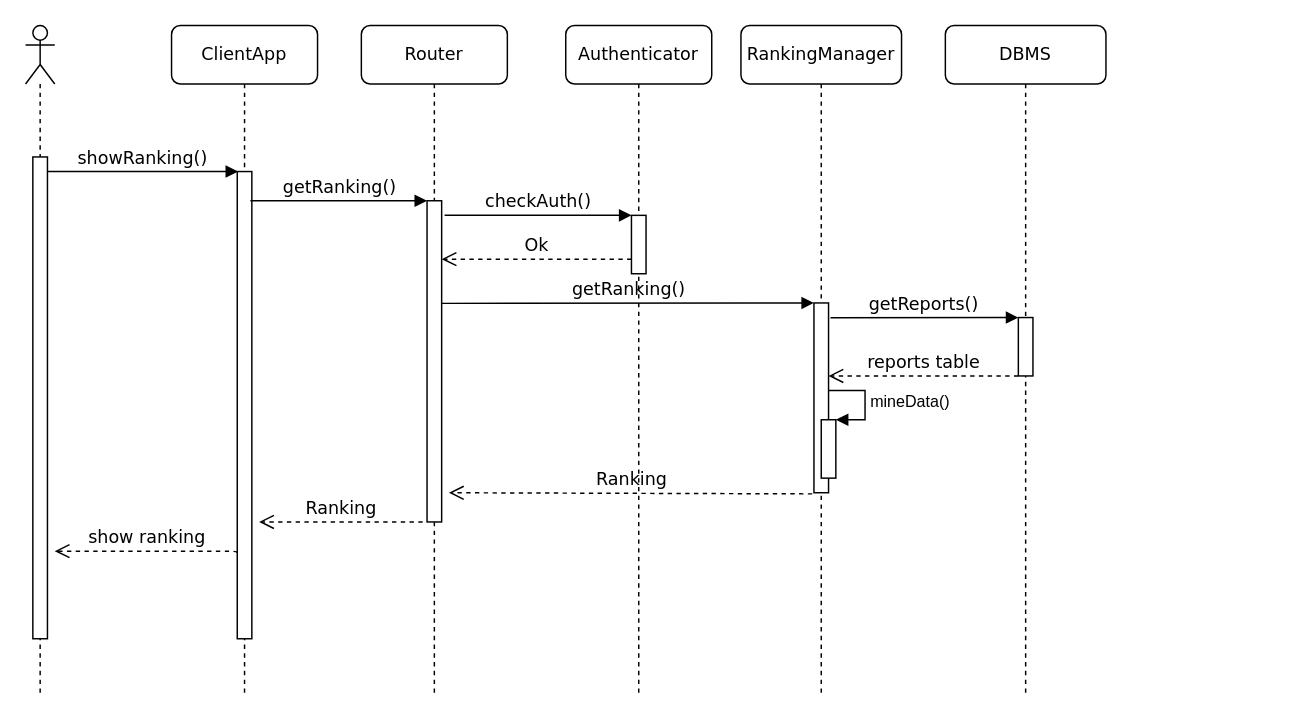
Above: DD/diagrams/ranking-sequence.drawio in f3d0ss/CazzolaDotti-se2 (draw.io), before the change. Source tidied: cells renumbered, new cells numbered last; positions are measured from the earlier drawing's top-left corner, leaving out a move shared by most shapes. Both pictures are drawn from the tidied source at 146%, with x=0, y=0 at pixel (-18, 25).
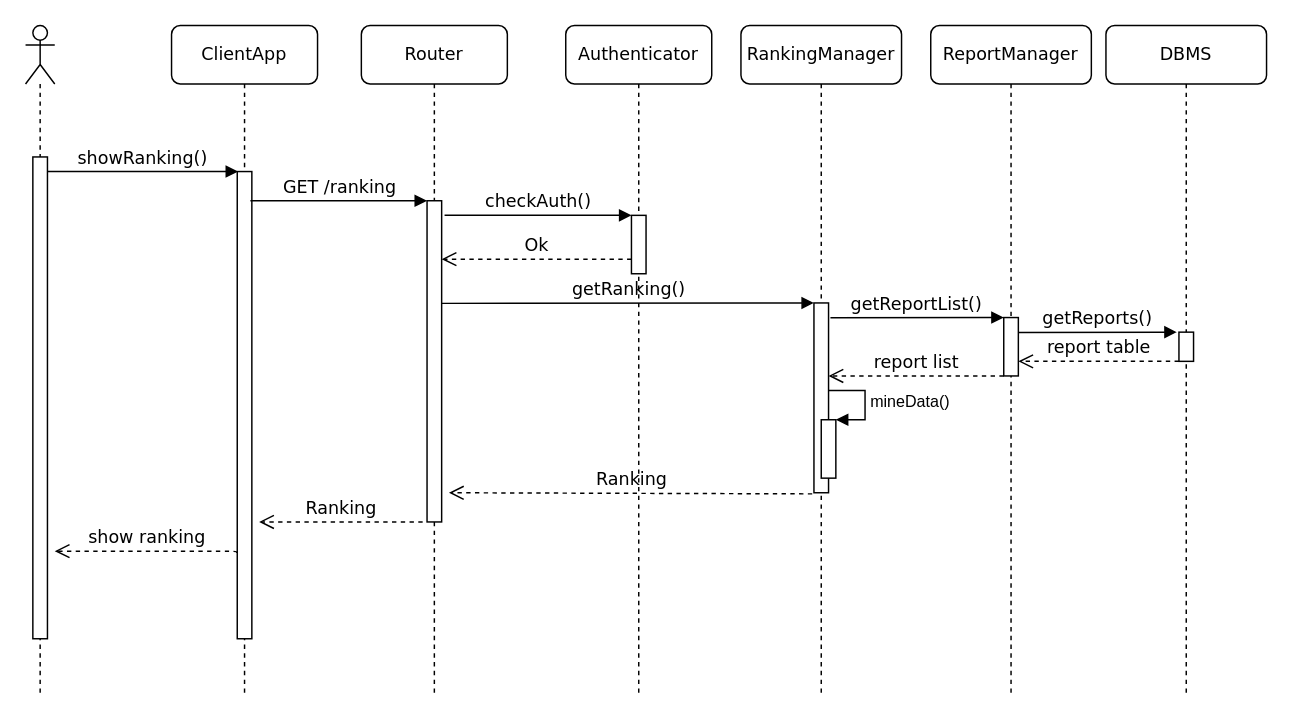
The same page after the edit.

Unchanged cells that the change refers to:
```xml
<mxCell id="6" style="html=1;points=[];perimeter=orthogonalPerimeter;rounded=0;shadow=0;comic=0;labelBackgroundColor=none;strokeWidth=1;fontFamily=Verdana;fontSize=12;align=center;" parent="5" vertex="1">
  <mxGeometry x="45" y="120" width="10" height="220" as="geometry" />
</mxCell>
<mxCell id="14" style="html=1;points=[];perimeter=orthogonalPerimeter;" parent="13" vertex="1">
  <mxGeometry x="50" y="190" width="10" height="130" as="geometry" />
</mxCell>
```

Change to the diagram source:
```diff
@@
-    <mxCell id="17" value="getRanking()" style="html=1;verticalAlign=bottom;endArrow=block;labelBackgroundColor=none;fontFamily=Verdana;fontSize=12;edgeStyle=elbowEdgeStyle;elbow=vertical;" parent="1" edge="1" target="6">
+    <mxCell id="17" value="GET /ranking" style="html=1;verticalAlign=bottom;endArrow=block;labelBackgroundColor=none;fontFamily=Verdana;fontSize=12;edgeStyle=elbowEdgeStyle;elbow=vertical;" parent="1" edge="1" target="6">
       <mxGeometry relative="1" as="geometry">
         <mxPoint x="183" y="120" as="sourcePoint" />
         <Array as="points">
           <mxPoint x="299" y="120" />
         </Array>
       </mxGeometry>
     </mxCell>
@@
-    <mxCell id="20" value="DBMS" style="shape=umlLifeline;perimeter=lifelinePerimeter;whiteSpace=wrap;html=1;rounded=1;shadow=0;comic=0;labelBackgroundColor=none;strokeWidth=1;fontFamily=Verdana;fontSize=12;align=center;" parent="1" vertex="1">
-      <mxGeometry x="659" width="110" height="460" as="geometry" />
+    <mxCell id="20" value="ReportManager" style="shape=umlLifeline;perimeter=lifelinePerimeter;whiteSpace=wrap;html=1;rounded=1;shadow=0;comic=0;labelBackgroundColor=none;strokeWidth=1;fontFamily=Verdana;fontSize=12;align=center;" parent="1" vertex="1">
+      <mxGeometry x="649" width="110" height="460" as="geometry" />
     </mxCell>
@@
-    <mxCell id="22" value="getReports()" style="html=1;verticalAlign=bottom;endArrow=block;labelBackgroundColor=none;fontFamily=Verdana;fontSize=12;edgeStyle=elbowEdgeStyle;elbow=vertical;exitX=1.13;exitY=0.078;exitDx=0;exitDy=0;exitPerimeter=0;" parent="1" edge="1" source="14">
+    <mxCell id="22" value="getReportList()" style="html=1;verticalAlign=bottom;endArrow=block;labelBackgroundColor=none;fontFamily=Verdana;fontSize=12;edgeStyle=elbowEdgeStyle;elbow=vertical;exitX=1.13;exitY=0.078;exitDx=0;exitDy=0;exitPerimeter=0;" parent="1" edge="1" source="14">
       <mxGeometry relative="1" as="geometry">
-        <mxPoint x="709" y="200" as="targetPoint" />
+        <mxPoint x="699" y="200" as="targetPoint" />
       </mxGeometry>
     </mxCell>
-    <mxCell id="23" value="reports table" style="html=1;verticalAlign=bottom;endArrow=open;dashed=1;endSize=8;labelBackgroundColor=none;fontFamily=Verdana;fontSize=12;edgeStyle=elbowEdgeStyle;elbow=vertical;entryX=1;entryY=0.385;entryDx=0;entryDy=0;entryPerimeter=0;" parent="1" edge="1" target="14">
+    <mxCell id="23" value="report list" style="html=1;verticalAlign=bottom;endArrow=open;dashed=1;endSize=8;labelBackgroundColor=none;fontFamily=Verdana;fontSize=12;edgeStyle=elbowEdgeStyle;elbow=vertical;entryX=1;entryY=0.385;entryDx=0;entryDy=0;entryPerimeter=0;" parent="1" edge="1" target="14">
       <mxGeometry relative="1" as="geometry">
-        <mxPoint x="709" y="240" as="sourcePoint" />
+        <mxPoint x="699" y="240" as="sourcePoint" />
         <Array as="points">
           <mxPoint x="649" y="240" />
           <mxPoint x="633.5" y="179" />
           <mxPoint x="698.5" y="179.5" />
           <mxPoint x="728.5" y="179.5" />
         </Array>
       </mxGeometry>
     </mxCell>
@@
+    <mxCell id="26" value="DBMS" style="shape=umlLifeline;perimeter=lifelinePerimeter;whiteSpace=wrap;html=1;rounded=1;shadow=0;comic=0;labelBackgroundColor=none;strokeWidth=1;fontFamily=Verdana;fontSize=12;align=center;" parent="1" vertex="1">
+      <mxGeometry x="769" width="110" height="460" as="geometry" />
+    </mxCell>
+    <mxCell id="27" style="html=1;perimeter=orthogonalPerimeter;" parent="26" vertex="1">
+      <mxGeometry x="50" y="210" width="10" height="20" as="geometry" />
+    </mxCell>
+    <mxCell id="28" value="getReports()" style="html=1;verticalAlign=bottom;endArrow=block;labelBackgroundColor=none;fontFamily=Verdana;fontSize=12;edgeStyle=elbowEdgeStyle;elbow=vertical;exitX=1.13;exitY=0.078;exitDx=0;exitDy=0;exitPerimeter=0;" parent="1" edge="1">
+      <mxGeometry relative="1" as="geometry">
+        <mxPoint x="708.9" y="210.2" as="sourcePoint" />
+        <mxPoint x="817.5" y="210" as="targetPoint" />
+      </mxGeometry>
+    </mxCell>
+    <mxCell id="29" value="report table" style="html=1;verticalAlign=bottom;endArrow=open;dashed=1;endSize=8;labelBackgroundColor=none;fontFamily=Verdana;fontSize=12;edgeStyle=elbowEdgeStyle;elbow=vertical;entryX=1;entryY=0.385;entryDx=0;entryDy=0;entryPerimeter=0;" parent="1" edge="1">
+      <mxGeometry relative="1" as="geometry">
+        <mxPoint x="819" y="230" as="sourcePoint" />
+        <mxPoint x="709" y="230.2" as="targetPoint" />
+        <Array as="points">
+          <mxPoint x="779" y="230" />
+          <mxPoint x="763.5" y="169" />
+          <mxPoint x="828.5" y="169.5" />
+          <mxPoint x="858.5" y="169.5" />
+        </Array>
+      </mxGeometry>
+    </mxCell>
```
